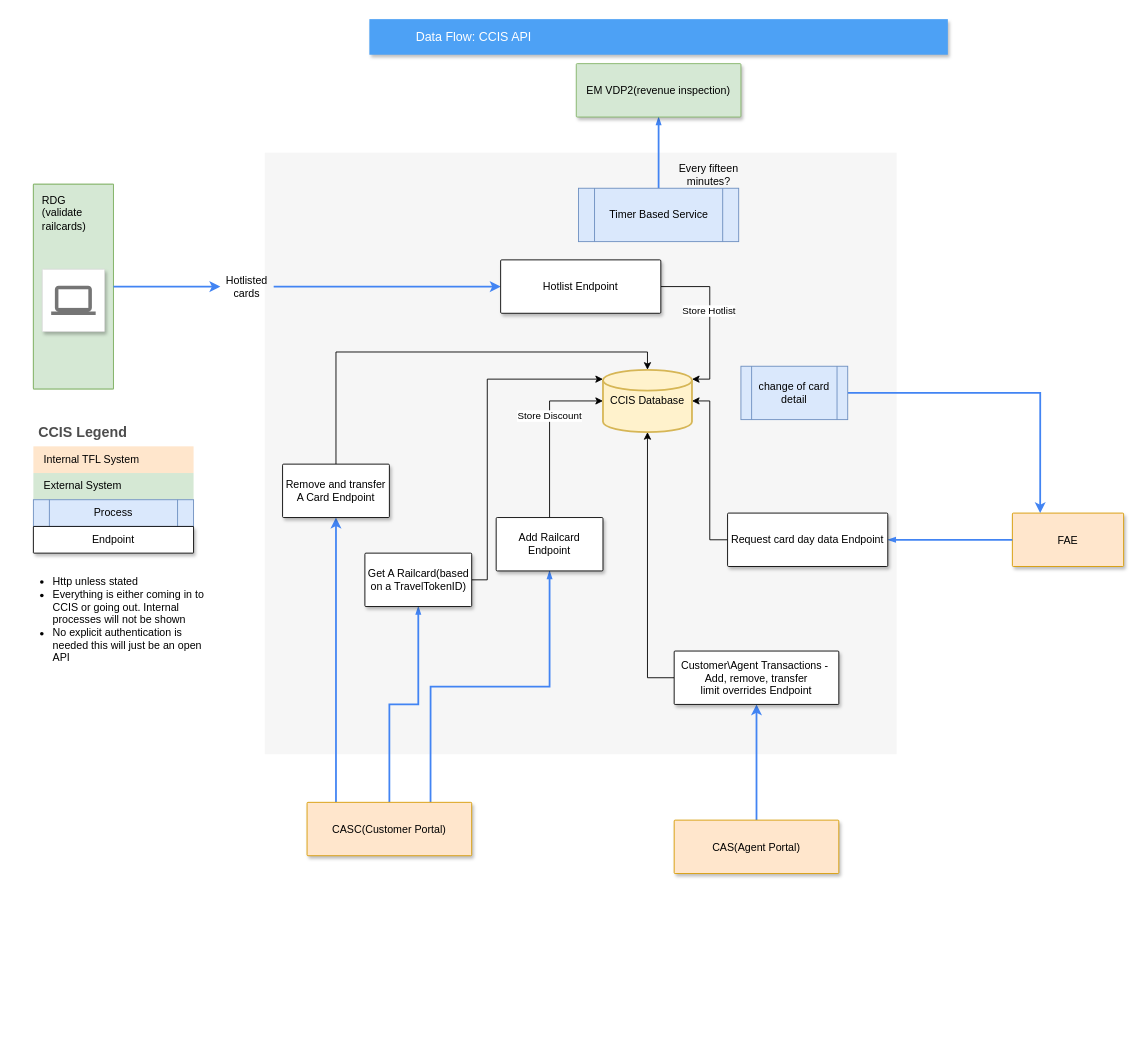
Before: CCIS-API.drawio in mattwatts36/drawings, a draw.io diagram. Source tidied: cells renumbered, new cells numbered last; positions are measured from the earlier drawing's top-left corner, leaving out a move shared by most shapes. Both pictures are drawn from the tidied source at 89%, with x=0, y=0 at pixel (15, 19).
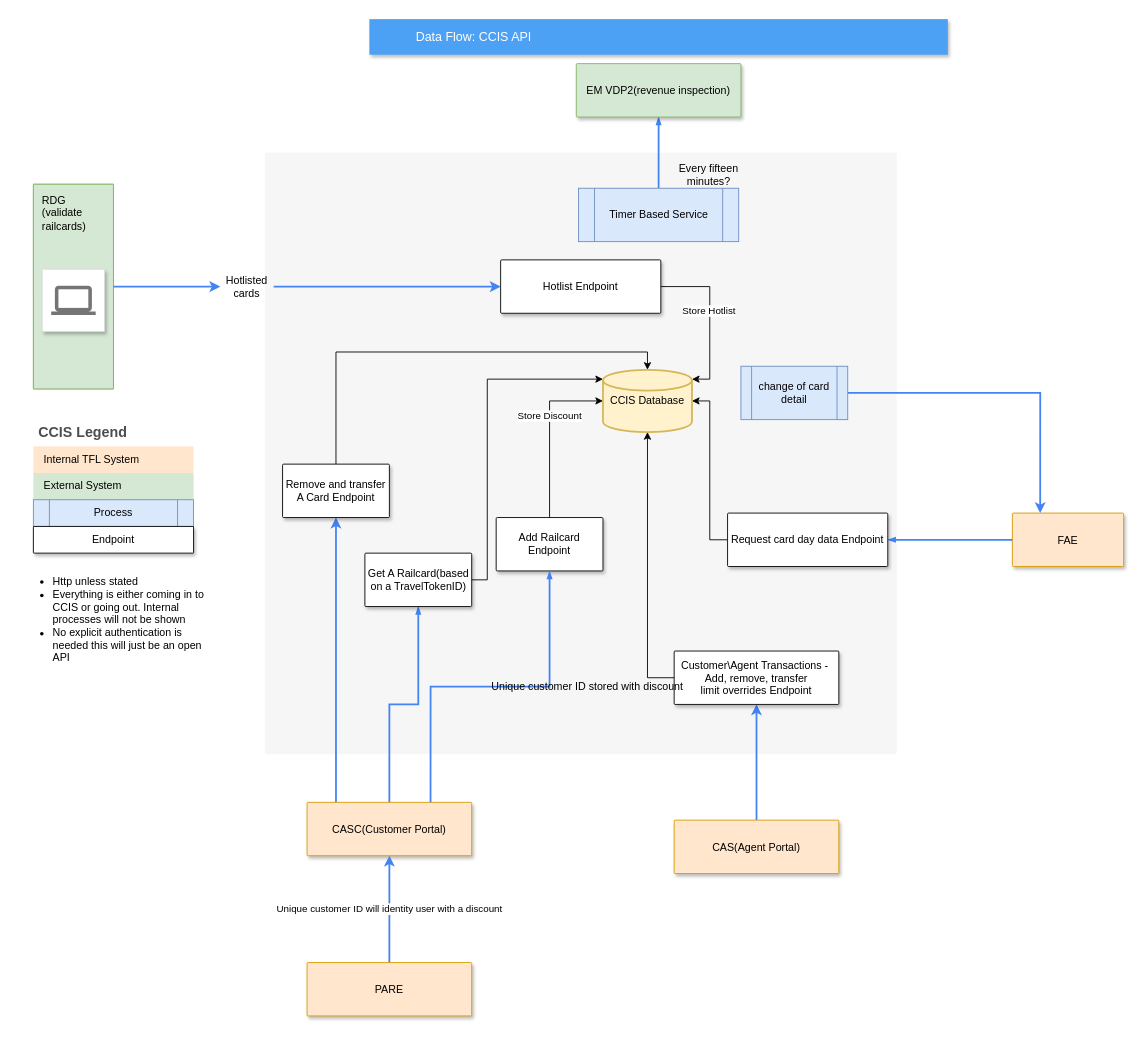
The same page after the edit.

Commit message:
added discount details

Unchanged cells that the change refers to:
```xml
<mxCell id="10" value="CASC(Customer Portal)" style="strokeColor=#d79b00;shadow=1;strokeWidth=1;rounded=1;absoluteArcSize=1;arcSize=2;fillColor=#ffe6cc;" parent="1" vertex="1">
  <mxGeometry x="327.5" y="880" width="185" height="60" as="geometry" />
</mxCell>
<mxCell id="41" value="Add Railcard Endpoint" style="whiteSpace=wrap;html=1;shadow=1;strokeWidth=1;rounded=1;arcSize=2;" parent="1" vertex="1">
  <mxGeometry x="540" y="560" width="120" height="60" as="geometry" />
</mxCell>
```

The edit, as a diff of the source:
```diff
@@
-    <mxCell id="6" style="edgeStyle=orthogonalEdgeStyle;rounded=0;jettySize=auto;html=1;entryX=0.5;entryY=1;entryDx=0;entryDy=0;strokeColor=#4284F3;dashed=0;strokeWidth=2;align=left;verticalAlign=middle;fontFamily=Helvetica;fontSize=12;fontColor=#000000;labelBackgroundColor=none;elbow=vertical;startFill=1;startSize=4;endArrow=blockThin;endFill=1;endSize=4;exitX=0.75;exitY=0;exitDx=0;exitDy=0;" parent="1" edge="1" source="10" target="41">
-      <mxGeometry relative="1" as="geometry" />
-    </mxCell>
@@
+    <mxCell id="48" value="Unique customer ID will identity user with a discount" style="edgeStyle=orthogonalEdgeStyle;rounded=0;jettySize=auto;html=1;strokeColor=#4284F3;strokeWidth=2;align=center;verticalAlign=middle;fontFamily=Helvetica;fontSize=11;fontColor=default;labelBackgroundColor=default;endArrow=classic;" parent="1" edge="1" source="49" target="10">
+      <mxGeometry relative="1" as="geometry" />
+    </mxCell>
+    <mxCell id="49" value="PARE" style="strokeColor=#d79b00;shadow=1;strokeWidth=1;rounded=1;absoluteArcSize=1;arcSize=2;fillColor=#ffe6cc;" parent="1" vertex="1">
+      <mxGeometry x="327.5" y="1060" width="185" height="60" as="geometry" />
+    </mxCell>
+    <mxCell id="6" value="Unique customer ID stored with discount" style="edgeStyle=orthogonalEdgeStyle;rounded=0;jettySize=auto;html=1;entryX=0.5;entryY=1;entryDx=0;entryDy=0;strokeColor=#4284F3;dashed=0;strokeWidth=2;align=left;verticalAlign=middle;fontFamily=Helvetica;fontSize=12;fontColor=#000000;labelBackgroundColor=none;elbow=vertical;startFill=1;startSize=4;endArrow=blockThin;endFill=1;endSize=4;exitX=0.75;exitY=0;exitDx=0;exitDy=0;" parent="1" edge="1" source="10" target="41">
+      <mxGeometry relative="1" as="geometry" />
+    </mxCell>
```
